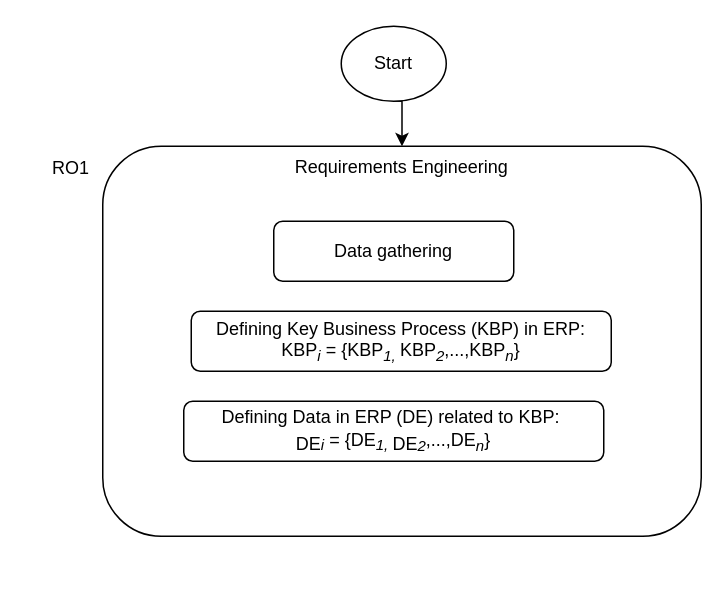
Above: Desain Logic iS-ERP.drawio in ariesharry/S-ERP (draw.io), before the change. Source tidied: cells renumbered, new cells numbered last; positions are measured from the earlier drawing's top-left corner, leaving out a move shared by most shapes. Both pictures are drawn from the tidied source at 150%, with x=0, y=0 at pixel (26, 26).
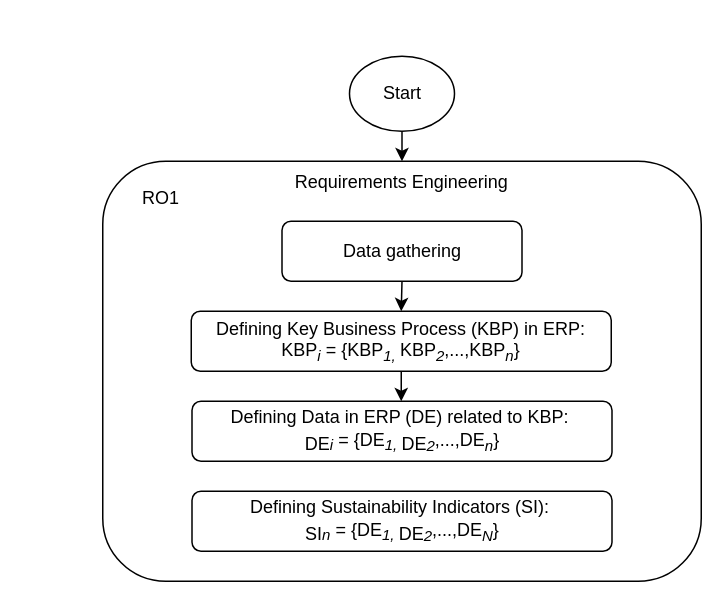
Above is the later version.

What changed in the source:
```diff
@@
 <mxGraphModel>
   <root>
     <mxCell id="0" />
     <mxCell id="1" parent="0" />
     <mxCell id="2" value="Requirements Engineering" style="rounded=1;whiteSpace=wrap;html=1;verticalAlign=top;" parent="1" vertex="1">
-      <mxGeometry x="51" y="80" width="399" height="260" as="geometry" />
+      <mxGeometry x="51" y="90" width="399" height="280" as="geometry" />
     </mxCell>
     <mxCell id="3" style="edgeStyle=orthogonalEdgeStyle;rounded=0;jettySize=auto;html=1;exitX=0.5;exitY=1;exitDx=0;exitDy=0;entryX=0.5;entryY=0;entryDx=0;entryDy=0;" parent="1" edge="1" source="4" target="2">
       <mxGeometry relative="1" as="geometry" />
     </mxCell>
     <mxCell id="4" value="Start" style="ellipse;whiteSpace=wrap;html=1;" parent="1" vertex="1">
-      <mxGeometry x="210" width="70" height="50" as="geometry" />
+      <mxGeometry x="215.5" y="20" width="70" height="50" as="geometry" />
     </mxCell>
     <mxCell id="5" value="RO1" style="text;html=1;align=center;verticalAlign=middle;whiteSpace=wrap;rounded=0;" parent="1" vertex="1">
-      <mxGeometry y="80" width="60" height="30" as="geometry" />
+      <mxGeometry x="60" y="100" width="60" height="30" as="geometry" />
     </mxCell>
+    <mxCell id="9" style="edgeStyle=orthogonalEdgeStyle;rounded=0;jettySize=auto;html=1;exitX=0.5;exitY=1;exitDx=0;exitDy=0;entryX=0.5;entryY=0;entryDx=0;entryDy=0;" parent="1" edge="1" source="6" target="7">
+      <mxGeometry relative="1" as="geometry" />
+    </mxCell>
     <mxCell id="6" value="Data gathering" style="rounded=1;whiteSpace=wrap;html=1;" parent="1" vertex="1">
-      <mxGeometry x="165" y="130" width="160" height="40" as="geometry" />
+      <mxGeometry x="170.5" y="130" width="160" height="40" as="geometry" />
     </mxCell>
+    <mxCell id="10" style="edgeStyle=orthogonalEdgeStyle;rounded=0;jettySize=auto;html=1;exitX=0.5;exitY=1;exitDx=0;exitDy=0;" parent="1" edge="1" source="7" target="8">
+      <mxGeometry relative="1" as="geometry" />
+    </mxCell>
     <mxCell id="7" value="Defining Key Business Process (KBP) in ERP: KBP&lt;sub&gt;&lt;i&gt;i&lt;/i&gt;&lt;/sub&gt;&amp;nbsp;= {KBP&lt;sub&gt;&lt;i&gt;1,&amp;nbsp;&lt;/i&gt;&lt;/sub&gt;KBP&lt;sub&gt;&lt;i&gt;2&lt;/i&gt;&lt;/sub&gt;,...,KBP&lt;sub&gt;&lt;i&gt;n&lt;/i&gt;&lt;/sub&gt;}" style="rounded=1;whiteSpace=wrap;html=1;" parent="1" vertex="1">
       <mxGeometry x="110" y="190" width="280" height="40" as="geometry" />
     </mxCell>
     <mxCell id="8" value="Defining Data in ERP (DE) related to KBP:&amp;nbsp;&lt;div&gt;&lt;sub&gt;&lt;span style=&quot;font-size: 12px;&quot;&gt;DE&lt;/span&gt;&lt;i&gt;i&lt;/i&gt;&lt;/sub&gt;&amp;nbsp;= {DE&lt;sub&gt;&lt;i&gt;1, &lt;/i&gt;&lt;span style=&quot;font-size: 12px;&quot;&gt;DE&lt;/span&gt;&lt;/sub&gt;&lt;sub&gt;&lt;i&gt;2&lt;/i&gt;&lt;/sub&gt;,...,DE&lt;sub&gt;&lt;i&gt;n&lt;/i&gt;&lt;/sub&gt;}&lt;/div&gt;" style="rounded=1;whiteSpace=wrap;html=1;" parent="1" vertex="1">
-      <mxGeometry x="105" y="250" width="280" height="40" as="geometry" />
+      <mxGeometry x="110.5" y="250" width="280" height="40" as="geometry" />
     </mxCell>
+    <mxCell id="11" value="Defining Sustainability Indicators (SI):&amp;nbsp;&lt;div&gt;&lt;sub&gt;&lt;span style=&quot;font-size: 12px;&quot;&gt;SI&lt;/span&gt;&lt;i&gt;n&lt;/i&gt;&lt;/sub&gt;&amp;nbsp;= {DE&lt;sub&gt;&lt;i&gt;1, &lt;/i&gt;&lt;span style=&quot;font-size: 12px;&quot;&gt;DE&lt;/span&gt;&lt;/sub&gt;&lt;sub&gt;&lt;i&gt;2&lt;/i&gt;&lt;/sub&gt;,...,DE&lt;sub&gt;&lt;i&gt;N&lt;/i&gt;&lt;/sub&gt;}&lt;/div&gt;" style="rounded=1;whiteSpace=wrap;html=1;" parent="1" vertex="1">
+      <mxGeometry x="110.5" y="310" width="280" height="40" as="geometry" />
+    </mxCell>
   </root>
 </mxGraphModel>
```
